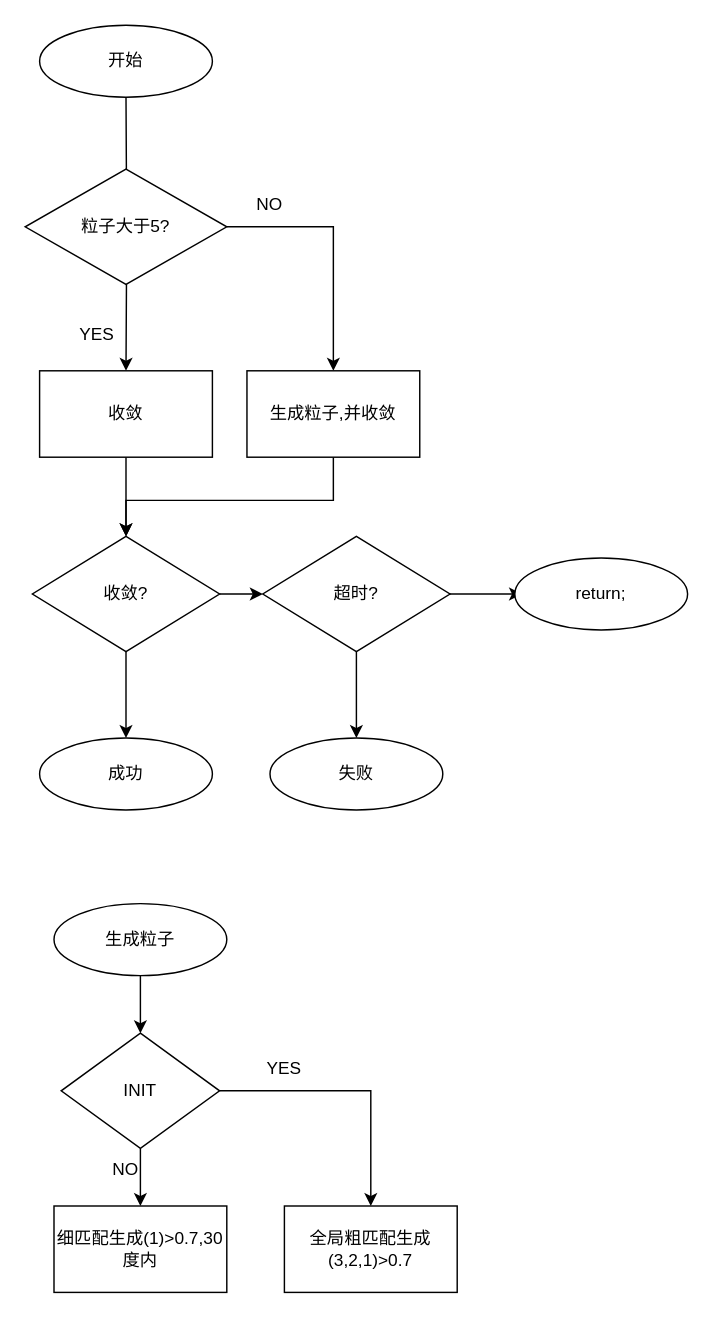
peitianyu/draw.io keeps this draw.io diagram as page "动态重定位流程" (3 of 5) of Untitled Diagram.drawio. Above is the earlier version. Source tidied: cells renumbered, new cells numbered last; positions are measured from the earlier drawing's top-left corner, leaving out a move shared by most shapes. Both pictures are drawn from the tidied source at 144%, with x=0, y=0 at pixel (24, 24).
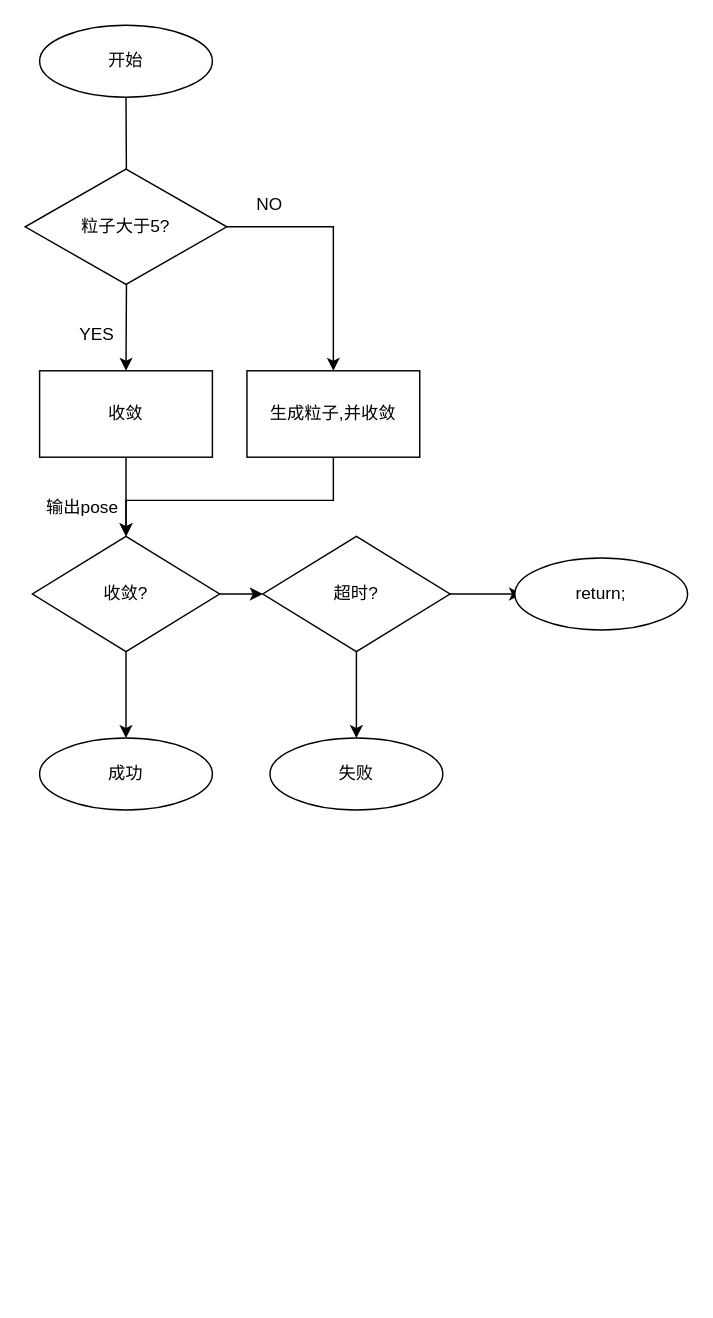
The same page after the edit.

Diff of the diagram source:
```diff
@@
-    <mxCell id="21" style="edgeStyle=orthogonalEdgeStyle;rounded=0;jettySize=auto;html=1;" parent="1" edge="1" source="22" target="25">
-      <mxGeometry relative="1" as="geometry" />
-    </mxCell>
-    <mxCell id="22" value="生成粒子" style="ellipse;whiteSpace=wrap;html=1;" parent="1" vertex="1">
-      <mxGeometry x="20" y="610" width="120" height="50" as="geometry" />
-    </mxCell>
-    <mxCell id="23" style="edgeStyle=orthogonalEdgeStyle;rounded=0;jettySize=auto;html=1;" parent="1" edge="1" source="25" target="26">
-      <mxGeometry relative="1" as="geometry" />
-    </mxCell>
-    <mxCell id="24" style="edgeStyle=orthogonalEdgeStyle;rounded=0;jettySize=auto;html=1;" parent="1" edge="1" source="25" target="27">
-      <mxGeometry relative="1" as="geometry" />
-    </mxCell>
-    <mxCell id="25" value="INIT" style="rhombus;whiteSpace=wrap;html=1;" parent="1" vertex="1">
-      <mxGeometry x="25" y="700" width="110" height="80" as="geometry" />
-    </mxCell>
-    <mxCell id="26" value="全局粗匹配生成(3,2,1)&amp;gt;0.7" style="whiteSpace=wrap;html=1;" parent="1" vertex="1">
-      <mxGeometry x="180" y="820" width="120" height="60" as="geometry" />
-    </mxCell>
-    <mxCell id="27" value="细匹配生成(1)&amp;gt;0.7,30度内" style="whiteSpace=wrap;html=1;" parent="1" vertex="1">
-      <mxGeometry x="20" y="820" width="120" height="60" as="geometry" />
-    </mxCell>
-    <mxCell id="28" value="YES" style="text;html=1;strokeColor=none;fillColor=none;align=center;verticalAlign=middle;whiteSpace=wrap;rounded=0;" parent="1" vertex="1">
-      <mxGeometry x="150" y="710" width="60" height="30" as="geometry" />
-    </mxCell>
-    <mxCell id="29" value="NO" style="text;html=1;strokeColor=none;fillColor=none;align=center;verticalAlign=middle;whiteSpace=wrap;rounded=0;" parent="1" vertex="1">
-      <mxGeometry x="40" y="780" width="60" height="30" as="geometry" />
-    </mxCell>
+    <mxCell id="30" value="输出pose" style="text;html=1;strokeColor=none;fillColor=none;align=center;verticalAlign=middle;whiteSpace=wrap;rounded=0;" parent="1" vertex="1">
+      <mxGeometry x="10" y="320" width="60" height="30" as="geometry" />
+    </mxCell>
```
